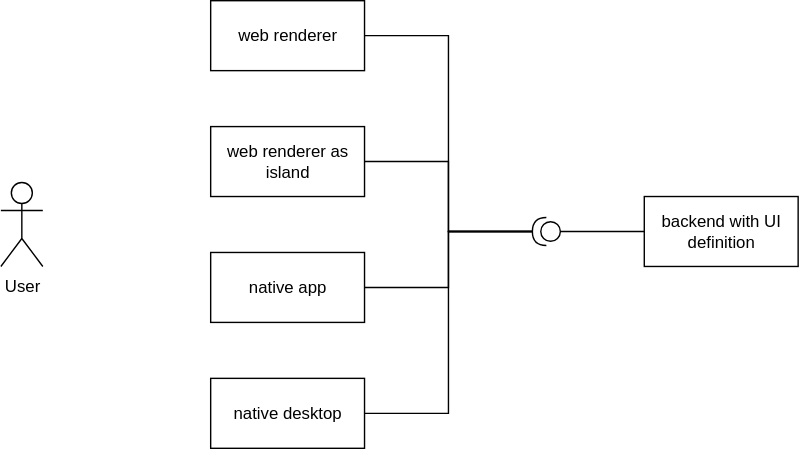
This is doc/static/images/arch-overall-12.svg from miguelperezcolom/mateu, a draw.io export, as it was before one commit. Source tidied: cells renumbered, new cells last; positions are measured from the earlier drawing's top-left corner, leaving out a move shared by most shapes.
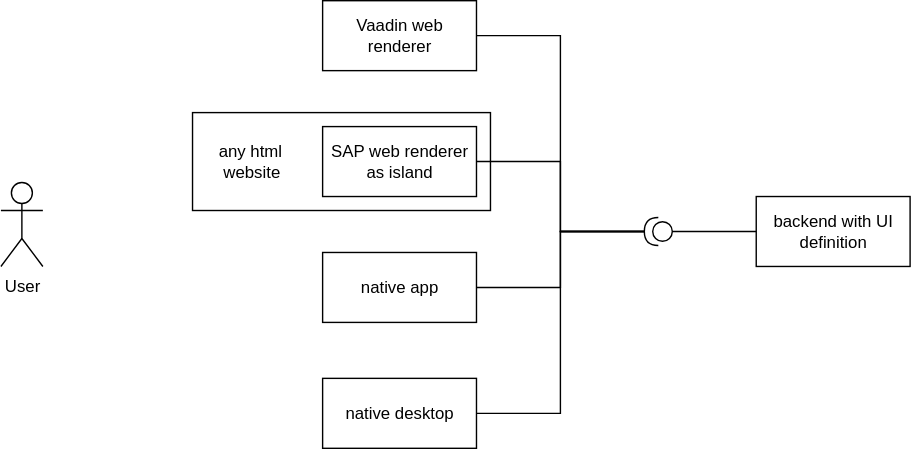
Later version of the same file.

Diff of the diagram source:
```diff
@@ -2,41 +2,44 @@
   <root>
     <mxCell id="0" />
     <mxCell id="1" parent="0" />
-    <mxCell id="2" value="backend with UI definition" style="html=1;whiteSpace=wrap;" parent="1" vertex="1">
-      <mxGeometry x="460" y="140" width="110" height="50" as="geometry" />
+    <mxCell id="2" value="&amp;nbsp; &amp;nbsp; &amp;nbsp;any html&amp;nbsp;&lt;div&gt;&amp;nbsp; &amp;nbsp; &amp;nbsp; website&lt;/div&gt;" style="html=1;whiteSpace=wrap;align=left;" parent="1" vertex="1">
+      <mxGeometry x="57" y="80" width="213" height="70" as="geometry" />
     </mxCell>
-    <mxCell id="3" style="shape=providedRequiredInterface;html=1;verticalLabelPosition=bottom;sketch=0;rotation=-180;" parent="1" vertex="1">
-      <mxGeometry x="380" y="155" width="20" height="20" as="geometry" />
+    <mxCell id="3" value="backend with UI definition" style="html=1;whiteSpace=wrap;" parent="1" vertex="1">
+      <mxGeometry x="460" y="140" width="110" height="50" as="geometry" />
     </mxCell>
-    <mxCell id="4" style="edgeStyle=orthogonalEdgeStyle;rounded=0;jettySize=auto;html=1;entryX=0;entryY=0.5;entryDx=0;entryDy=0;entryPerimeter=0;endArrow=none;endFill=0;" parent="1" edge="1" source="2" target="3">
-      <mxGeometry relative="1" as="geometry" />
+    <mxCell id="4" style="shape=providedRequiredInterface;html=1;verticalLabelPosition=bottom;sketch=0;rotation=-180;" parent="1" vertex="1">
+      <mxGeometry x="380" y="155" width="20" height="20" as="geometry" />
     </mxCell>
-    <mxCell id="5" value="web renderer" style="html=1;whiteSpace=wrap;" parent="1" vertex="1">
-      <mxGeometry x="150" width="110" height="50" as="geometry" />
+    <mxCell id="5" style="edgeStyle=orthogonalEdgeStyle;rounded=0;jettySize=auto;html=1;entryX=0;entryY=0.5;entryDx=0;entryDy=0;entryPerimeter=0;endArrow=none;endFill=0;" parent="1" edge="1" source="3" target="4">
+      <mxGeometry relative="1" as="geometry" />
     </mxCell>
-    <mxCell id="6" style="edgeStyle=orthogonalEdgeStyle;rounded=0;jettySize=auto;html=1;entryX=1;entryY=0.5;entryDx=0;entryDy=0;entryPerimeter=0;endArrow=none;endFill=0;" parent="1" edge="1" source="5" target="3">
-      <mxGeometry relative="1" as="geometry" />
+    <mxCell id="6" value="Vaadin web renderer" style="html=1;whiteSpace=wrap;" parent="1" vertex="1">
+      <mxGeometry x="150" width="110" height="50" as="geometry" />
     </mxCell>
-    <mxCell id="7" value="native app" style="html=1;whiteSpace=wrap;" parent="1" vertex="1">
-      <mxGeometry x="150" y="180" width="110" height="50" as="geometry" />
+    <mxCell id="7" style="edgeStyle=orthogonalEdgeStyle;rounded=0;jettySize=auto;html=1;entryX=1;entryY=0.5;entryDx=0;entryDy=0;entryPerimeter=0;endArrow=none;endFill=0;" parent="1" edge="1" source="6" target="4">
+      <mxGeometry relative="1" as="geometry" />
     </mxCell>
-    <mxCell id="8" style="edgeStyle=orthogonalEdgeStyle;rounded=0;jettySize=auto;html=1;entryX=1;entryY=0.5;entryDx=0;entryDy=0;entryPerimeter=0;endArrow=none;endFill=0;" parent="1" edge="1" source="7" target="3">
-      <mxGeometry relative="1" as="geometry" />
+    <mxCell id="8" value="native app" style="html=1;whiteSpace=wrap;" parent="1" vertex="1">
+      <mxGeometry x="150" y="180" width="110" height="50" as="geometry" />
     </mxCell>
-    <mxCell id="9" value="native desktop" style="html=1;whiteSpace=wrap;" parent="1" vertex="1">
-      <mxGeometry x="150" y="270" width="110" height="50" as="geometry" />
+    <mxCell id="9" style="edgeStyle=orthogonalEdgeStyle;rounded=0;jettySize=auto;html=1;entryX=1;entryY=0.5;entryDx=0;entryDy=0;entryPerimeter=0;endArrow=none;endFill=0;" parent="1" edge="1" source="8" target="4">
+      <mxGeometry relative="1" as="geometry" />
     </mxCell>
-    <mxCell id="10" style="edgeStyle=orthogonalEdgeStyle;rounded=0;jettySize=auto;html=1;entryX=1;entryY=0.5;entryDx=0;entryDy=0;entryPerimeter=0;endArrow=none;endFill=0;" parent="1" edge="1" source="9" target="3">
-      <mxGeometry relative="1" as="geometry" />
+    <mxCell id="10" value="native desktop" style="html=1;whiteSpace=wrap;" parent="1" vertex="1">
+      <mxGeometry x="150" y="270" width="110" height="50" as="geometry" />
     </mxCell>
-    <mxCell id="11" value="User" style="shape=umlActor;verticalLabelPosition=bottom;verticalAlign=top;html=1;" parent="1" vertex="1">
-      <mxGeometry y="130" width="30" height="60" as="geometry" />
+    <mxCell id="11" style="edgeStyle=orthogonalEdgeStyle;rounded=0;jettySize=auto;html=1;entryX=1;entryY=0.5;entryDx=0;entryDy=0;entryPerimeter=0;endArrow=none;endFill=0;" parent="1" edge="1" source="10" target="4">
+      <mxGeometry relative="1" as="geometry" />
     </mxCell>
-    <mxCell id="12" value="web renderer as island" style="html=1;whiteSpace=wrap;" parent="1" vertex="1">
-      <mxGeometry x="150" y="90" width="110" height="50" as="geometry" />
+    <mxCell id="12" value="User" style="shape=umlActor;verticalLabelPosition=bottom;verticalAlign=top;html=1;" parent="1" vertex="1">
+      <mxGeometry x="-80" y="130" width="30" height="60" as="geometry" />
     </mxCell>
-    <mxCell id="13" style="edgeStyle=orthogonalEdgeStyle;rounded=0;jettySize=auto;html=1;entryX=1;entryY=0.5;entryDx=0;entryDy=0;entryPerimeter=0;endArrow=none;endFill=0;" parent="1" edge="1" source="12" target="3">
-      <mxGeometry relative="1" as="geometry" />
+    <mxCell id="13" value="SAP web renderer as island" style="html=1;whiteSpace=wrap;" parent="1" vertex="1">
+      <mxGeometry x="150" y="90" width="110" height="50" as="geometry" />
     </mxCell>
+    <mxCell id="14" style="edgeStyle=orthogonalEdgeStyle;rounded=0;jettySize=auto;html=1;entryX=1;entryY=0.5;entryDx=0;entryDy=0;entryPerimeter=0;endArrow=none;endFill=0;" parent="1" edge="1" source="13" target="4">
+      <mxGeometry relative="1" as="geometry" />
+    </mxCell>
   </root>
 </mxGraphModel>
```
